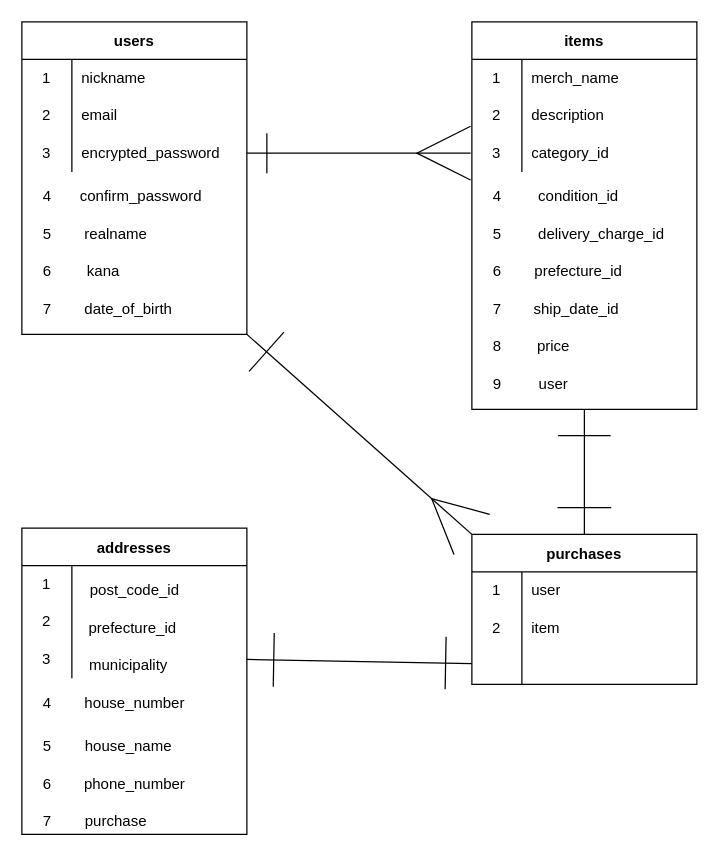
ngs0908/furima-39500 keeps this draw.io diagram as er.dio. Above is the earlier version. Source tidied: cells renumbered, new cells numbered last; positions are measured from the earlier drawing's top-left corner, leaving out a move shared by most shapes. Both pictures are drawn from the tidied source at 125%, with x=0, y=0 at pixel (21, 21).
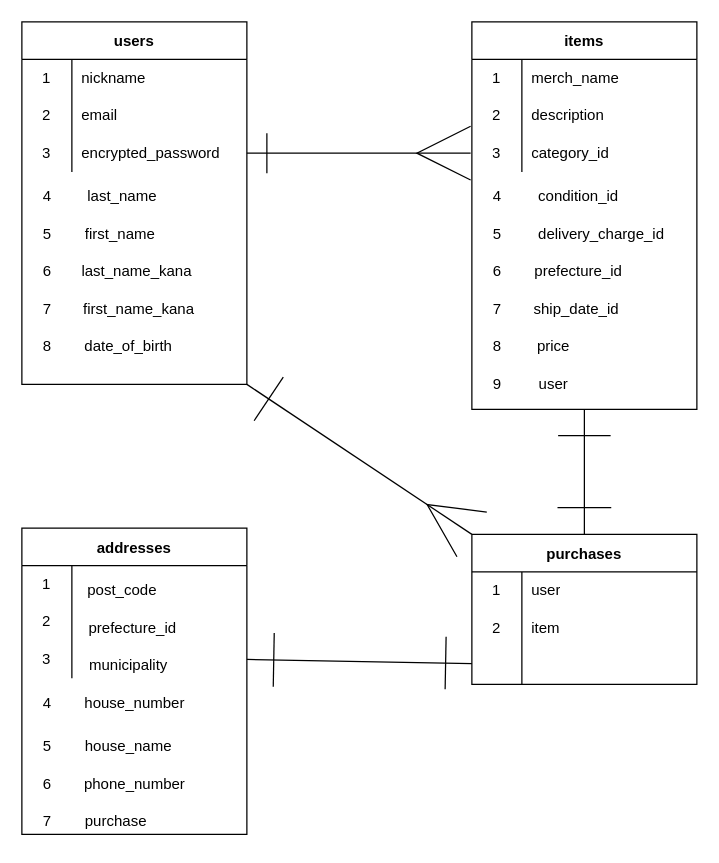
After the change.

Commit message (it also covers changes not shown here):
RE図とreadmeの記述【修正③】

Diff of the diagram source:
```diff
@@
     <mxCell id="3" value="users" style="shape=table;startSize=30;childLayout=tableLayout;rowLines=0;fontStyle=1;" parent="1" vertex="1">
-      <mxGeometry width="180" height="250" as="geometry" />
+      <mxGeometry width="180" height="290" as="geometry" />
     </mxCell>
@@
-    <mxCell id="48" value="realname" style="text;html=1;align=center;verticalAlign=middle;strokeColor=none;fillColor=none;" parent="1" vertex="1">
-      <mxGeometry x="40" y="155" width="70" height="30" as="geometry" />
+    <mxCell id="48" value="first_name&amp;nbsp;" style="text;html=1;align=center;verticalAlign=middle;strokeColor=none;fillColor=none;" parent="1" vertex="1">
+      <mxGeometry x="40" y="155" width="80" height="30" as="geometry" />
     </mxCell>
-    <mxCell id="49" value="kana" style="text;html=1;align=center;verticalAlign=middle;strokeColor=none;fillColor=none;" parent="1" vertex="1">
-      <mxGeometry x="40" y="185" width="50" height="30" as="geometry" />
+    <mxCell id="49" value="last_name_kana&amp;nbsp; &amp;nbsp; &amp;nbsp;" style="text;html=1;align=center;verticalAlign=middle;strokeColor=none;fillColor=none;" parent="1" vertex="1">
+      <mxGeometry x="35" y="185" width="130" height="30" as="geometry" />
     </mxCell>
     <mxCell id="50" value="date_of_birth" style="text;html=1;align=center;verticalAlign=middle;strokeColor=none;fillColor=none;" parent="1" vertex="1">
-      <mxGeometry x="40" y="215" width="90" height="30" as="geometry" />
+      <mxGeometry x="40" y="245" width="90" height="30" as="geometry" />
     </mxCell>
@@
-    <mxCell id="66" value="post_code_id" style="text;html=1;align=center;verticalAlign=middle;strokeColor=none;fillColor=none;" parent="1" vertex="1">
-      <mxGeometry x="45" y="440" width="90" height="30" as="geometry" />
+    <mxCell id="66" value="post_code" style="text;html=1;align=center;verticalAlign=middle;strokeColor=none;fillColor=none;" parent="1" vertex="1">
+      <mxGeometry x="40" y="440" width="80" height="30" as="geometry" />
     </mxCell>
@@
-    <mxCell id="74" value="confirm_password&amp;nbsp; &amp;nbsp;" style="text;html=1;align=center;verticalAlign=middle;strokeColor=none;fillColor=none;" parent="1" vertex="1">
-      <mxGeometry x="35" y="125" width="130" height="30" as="geometry" />
+    <mxCell id="74" value="last_name" style="text;html=1;align=center;verticalAlign=middle;strokeColor=none;fillColor=none;" parent="1" vertex="1">
+      <mxGeometry x="40" y="125" width="80" height="30" as="geometry" />
     </mxCell>
@@
+    <mxCell id="77" value="8" style="text;html=1;align=center;verticalAlign=middle;strokeColor=none;fillColor=none;" parent="1" vertex="1">
+      <mxGeometry x="5" y="245" width="30" height="30" as="geometry" />
+    </mxCell>
+    <mxCell id="78" value="first_name_kana&amp;nbsp; &amp;nbsp;&amp;nbsp;" style="text;html=1;align=center;verticalAlign=middle;strokeColor=none;fillColor=none;" parent="1" vertex="1">
+      <mxGeometry x="35" y="215" width="130" height="30" as="geometry" />
+    </mxCell>
```
